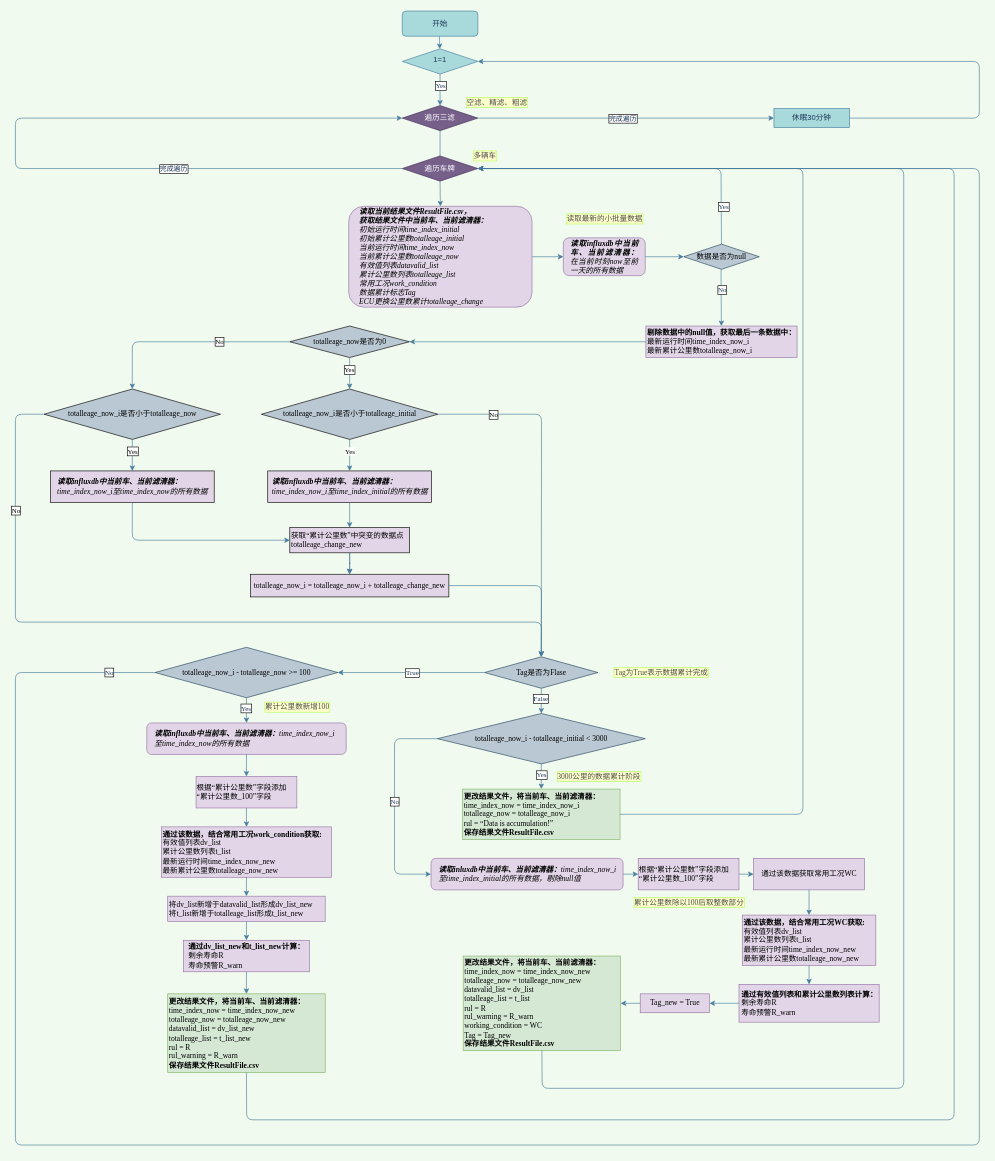
wangwuhua11/draw keeps this draw.io diagram as draw/算法流程v2.0.drawio. Above is the earlier version. Source tidied: cells renumbered, new cells numbered last; positions are measured from the earlier drawing's top-left corner, leaving out a move shared by most shapes. Both pictures are drawn from the tidied source at 63%, with x=0, y=0 at pixel (15, 11).
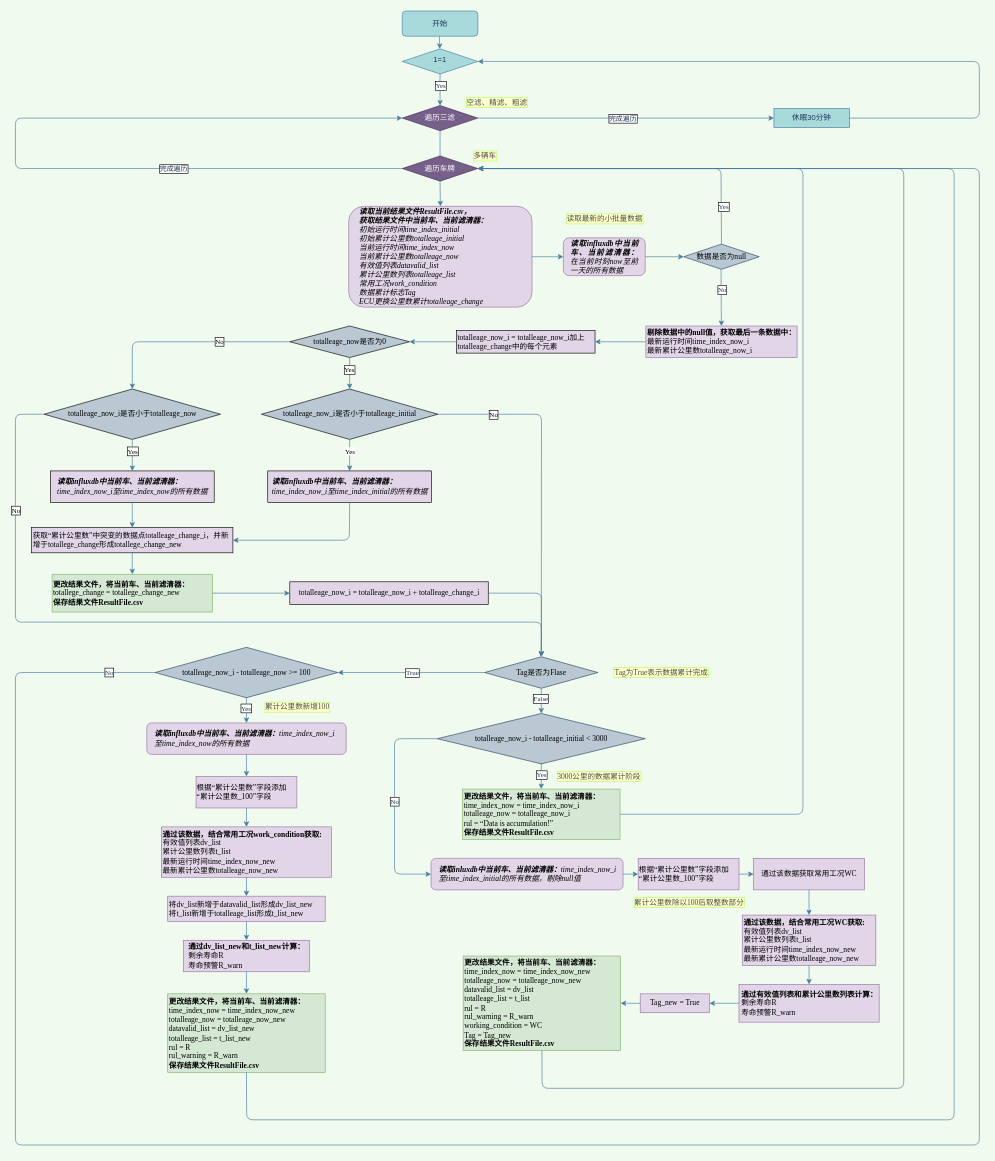
The same diagram, later.

Commit message (it also covers changes not shown here):
更新算法流程v2.0.drawio

The change refers to these unchanged cells:
```xml
<mxCell id="20" value="&lt;div align=&quot;left&quot;&gt;&lt;font face=&quot;Times New Roman&quot;&gt;&lt;b&gt;剔除数据中的null值，获取最后一条数据中：&lt;/b&gt;&lt;/font&gt;&lt;/div&gt;&lt;div align=&quot;left&quot;&gt;&lt;font face=&quot;Times New Roman&quot;&gt;最新运行时间time_index_now_i&lt;/font&gt;&lt;/div&gt;&lt;div align=&quot;left&quot;&gt;&lt;font face=&quot;Times New Roman&quot;&gt;&lt;font face=&quot;Times New Roman&quot;&gt;最新&lt;/font&gt;累计公里数totalleage_now_i&lt;/font&gt;&lt;/div&gt;" style="rounded=0;whiteSpace=wrap;html=1;labelBackgroundColor=none;sketch=0;strokeColor=#9673a6;fillColor=#e1d5e7;align=left;fontFamily=Times New Roman;" parent="1" vertex="1">
  <mxGeometry x="1000.7" y="500" width="240" height="50" as="geometry" />
</mxCell>
<mxCell id="23" value="Tag是否为Flase" style="rhombus;whiteSpace=wrap;html=1;rounded=0;labelBackgroundColor=none;labelBorderColor=none;sketch=0;strokeColor=#23445d;fillColor=#bac8d3;fontFamily=Times New Roman;" parent="1" vertex="1">
  <mxGeometry x="744.7" y="1025" width="180" height="50" as="geometry" />
</mxCell>
<mxCell id="76" value="totalleage_now是否为0" style="rhombus;whiteSpace=wrap;html=1;fontFamily=Times New Roman;fillColor=#BAC8D3;" parent="1" vertex="1">
  <mxGeometry x="435.5" y="500" width="190" height="50" as="geometry" />
</mxCell>
<mxCell id="80" value="&lt;div align=&quot;left&quot;&gt;&lt;b&gt;读取influxdb中当前车、当前滤清器：&lt;/b&gt;&lt;/div&gt;&lt;div align=&quot;left&quot;&gt;&lt;font face=&quot;Times New Roman&quot;&gt;time_index_now_i&lt;/font&gt;至time_index_initial的所有数据&lt;/div&gt;" style="rounded=0;whiteSpace=wrap;html=1;fontFamily=Times New Roman;fillColor=#E1D5E7;fontStyle=2;" parent="1" vertex="1">
  <mxGeometry x="400.5" y="730" width="260" height="50" as="geometry" />
</mxCell>
<mxCell id="91" value="&lt;div align=&quot;left&quot;&gt;&lt;b&gt;读取influxdb中当前车、当前滤清器：&lt;/b&gt;&lt;/div&gt;&lt;div align=&quot;left&quot;&gt;&lt;font face=&quot;Times New Roman&quot;&gt;time_index_now_i&lt;/font&gt;至time_index_now的所有数据&lt;/div&gt;" style="rounded=0;whiteSpace=wrap;html=1;fontFamily=Times New Roman;fillColor=#E1D5E7;fontStyle=2;" parent="1" vertex="1">
  <mxGeometry x="55.5" y="730" width="260" height="50" as="geometry" />
</mxCell>
```

The edit, as a diff of the source:
```diff
@@
-    <mxCell id="83" style="edgeStyle=orthogonalEdgeStyle;rounded=1;jettySize=auto;html=1;fontFamily=Times New Roman;strokeColor=#457B9D;" parent="1" edge="1" source="84" target="93">
-      <mxGeometry relative="1" as="geometry" />
-    </mxCell>
-    <mxCell id="84" value="获取“累计公里数”中突变的数据点totalleage_change_new" style="rounded=0;whiteSpace=wrap;html=1;fontFamily=Times New Roman;align=left;fillColor=#E1D5E7;" parent="1" vertex="1">
-      <mxGeometry x="435.5" y="820" width="190" height="40" as="geometry" />
+    <mxCell id="84" value="获取“累计公里数”中突变的数据点totalleage_change_i，并新增于totallege_change形成totallege_change_new" style="rounded=0;whiteSpace=wrap;html=1;fontFamily=Times New Roman;align=left;fillColor=#E1D5E7;" parent="1" vertex="1">
+      <mxGeometry x="25.7" y="820" width="319.5" height="40" as="geometry" />
     </mxCell>
-    <mxCell id="85" style="endArrow=classic;html=1;rounded=1;fontFamily=Times New Roman;exitX=0.5;exitY=1;exitDx=0;exitDy=0;strokeColor=#457B9D;" parent="1" edge="1" source="80" target="84">
-      <mxGeometry relative="1" as="geometry" />
+    <mxCell id="85" style="endArrow=classic;html=1;rounded=1;fontFamily=Times New Roman;exitX=0.5;exitY=1;exitDx=0;exitDy=0;strokeColor=#457B9D;entryX=1;entryY=0.5;entryDx=0;entryDy=0;" parent="1" edge="1" source="80" target="84">
+      <mxGeometry relative="1" as="geometry">
+        <Array as="points">
+          <mxPoint x="530" y="840" />
+        </Array>
+      </mxGeometry>
     </mxCell>
@@
-    <mxCell id="92" style="endArrow=classic;html=1;rounded=1;fontFamily=Times New Roman;exitX=0.5;exitY=1;exitDx=0;exitDy=0;entryX=0;entryY=0.5;entryDx=0;entryDy=0;strokeColor=#457B9D;" parent="1" edge="1" source="91" target="84">
-      <mxGeometry relative="1" as="geometry">
-        <Array as="points">
-          <mxPoint x="185.5" y="840" />
-        </Array>
-      </mxGeometry>
-    </mxCell>
-    <mxCell id="93" value="&lt;font face=&quot;Times New Roman&quot;&gt;totalleage_now_i = &lt;/font&gt;&lt;font face=&quot;Times New Roman&quot;&gt;totalleage_now_i + &lt;/font&gt;totalleage_change_new&lt;font face=&quot;Times New Roman&quot;&gt;&lt;/font&gt;" style="rounded=0;whiteSpace=wrap;html=1;fontFamily=Times New Roman;fillColor=#E1D5E7;" parent="1" vertex="1">
-      <mxGeometry x="373" y="894" width="315" height="36" as="geometry" />
+    <mxCell id="93" value="&lt;font face=&quot;Times New Roman&quot;&gt;totalleage_now_i = &lt;/font&gt;&lt;font face=&quot;Times New Roman&quot;&gt;totalleage_now_i + &lt;/font&gt;totalleage_change_i&lt;font face=&quot;Times New Roman&quot;&gt;&lt;/font&gt;" style="rounded=0;whiteSpace=wrap;html=1;fontFamily=Times New Roman;fillColor=#E1D5E7;" parent="1" vertex="1">
+      <mxGeometry x="435.5" y="906" width="315" height="36" as="geometry" />
     </mxCell>
@@
     <mxCell id="96" style="endArrow=classic;html=1;rounded=1;fontFamily=Times New Roman;exitX=1;exitY=0.5;exitDx=0;exitDy=0;entryX=0.5;entryY=0;entryDx=0;entryDy=0;strokeColor=#457B9D;" parent="1" edge="1" source="93" target="23">
       <mxGeometry relative="1" as="geometry">
         <Array as="points">
-          <mxPoint x="835" y="912" />
+          <mxPoint x="835" y="924" />
         </Array>
       </mxGeometry>
     </mxCell>
@@
-    <mxCell id="99" style="endArrow=classic;html=1;rounded=1;fontFamily=Times New Roman;exitX=0.5;exitY=1;exitDx=0;exitDy=0;strokeColor=#457B9D;" parent="1" edge="1" source="84" target="93">
-      <mxGeometry relative="1" as="geometry" />
-    </mxCell>
@@
-    <mxCell id="101" style="endArrow=classic;html=1;rounded=1;fontFamily=Times New Roman;strokeColor=#457B9D;exitX=0;exitY=0.5;exitDx=0;exitDy=0;entryX=1;entryY=0.5;entryDx=0;entryDy=0;" parent="1" edge="1" source="20" target="76">
-      <mxGeometry relative="1" as="geometry" />
-    </mxCell>
+    <mxCell id="102" value="&lt;font face=&quot;Times New Roman&quot;&gt;totalleage_now_i = &lt;/font&gt;&lt;font face=&quot;Times New Roman&quot;&gt;totalleage_now_i加上 &lt;/font&gt;totalleage_change中的每个元素" style="rounded=0;whiteSpace=wrap;html=1;fontFamily=Times New Roman;fillColor=#E1D5E7;align=left;" parent="1" vertex="1">
+      <mxGeometry x="700" y="507" width="220" height="36" as="geometry" />
+    </mxCell>
+    <mxCell id="103" style="endArrow=classic;html=1;rounded=1;fontFamily=Times New Roman;strokeColor=#457B9D;exitX=0;exitY=0.5;exitDx=0;exitDy=0;entryX=1;entryY=0.5;entryDx=0;entryDy=0;" parent="1" edge="1" source="20" target="102">
+      <mxGeometry relative="1" as="geometry" />
+    </mxCell>
+    <mxCell id="104" style="endArrow=classic;html=1;rounded=1;fontFamily=Times New Roman;strokeColor=#457B9D;exitX=0;exitY=0.5;exitDx=0;exitDy=0;entryX=1;entryY=0.5;entryDx=0;entryDy=0;" parent="1" edge="1" source="102" target="76">
+      <mxGeometry relative="1" as="geometry" />
+    </mxCell>
+    <mxCell id="105" value="&lt;div&gt;&lt;b&gt;更改结果文件，将当前车、当前滤清器：&lt;/b&gt;&lt;/div&gt;totallege_change = totallege_change_new &lt;div&gt;&lt;b&gt;保存结果文件&lt;/b&gt;&lt;b&gt;ResultFile.csv&lt;/b&gt;&lt;/div&gt;" style="rounded=0;whiteSpace=wrap;html=1;labelBackgroundColor=none;labelBorderColor=none;sketch=0;strokeColor=#82b366;fillColor=#d5e8d4;align=left;fontFamily=Times New Roman;" parent="1" vertex="1">
+      <mxGeometry x="58.2" y="894" width="254.5" height="60" as="geometry" />
+    </mxCell>
+    <mxCell id="92" style="endArrow=classic;html=1;rounded=1;fontFamily=Times New Roman;strokeColor=#457B9D;exitX=0.5;exitY=1;exitDx=0;exitDy=0;" parent="1" edge="1" source="91" target="84">
+      <mxGeometry relative="1" as="geometry" />
+    </mxCell>
+    <mxCell id="106" style="endArrow=classic;html=1;rounded=1;fontFamily=Times New Roman;strokeColor=#457B9D;exitX=0.5;exitY=1;exitDx=0;exitDy=0;entryX=0.5;entryY=0;entryDx=0;entryDy=0;" parent="1" edge="1" source="84" target="105">
+      <mxGeometry relative="1" as="geometry" />
+    </mxCell>
+    <mxCell id="107" style="endArrow=classic;html=1;rounded=1;fontFamily=Times New Roman;strokeColor=#457B9D;exitX=1;exitY=0.5;exitDx=0;exitDy=0;entryX=0;entryY=0.5;entryDx=0;entryDy=0;" parent="1" edge="1" source="105" target="93">
+      <mxGeometry relative="1" as="geometry" />
+    </mxCell>
```
